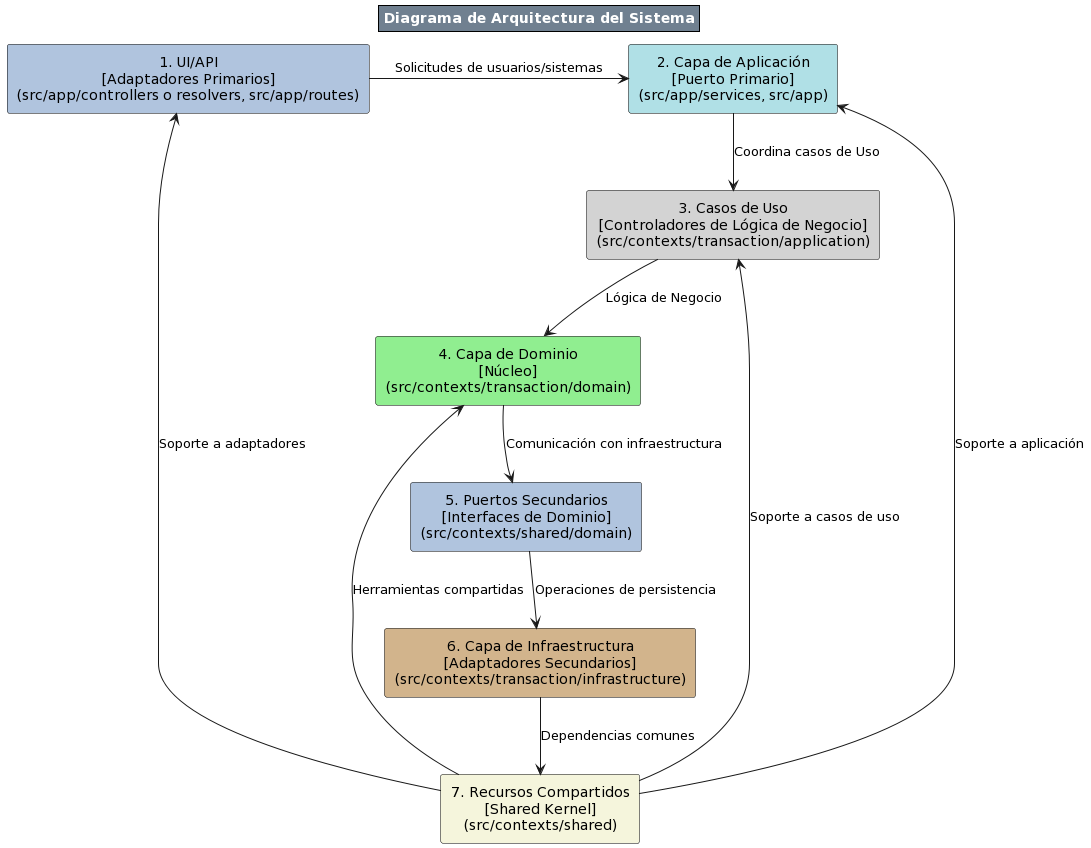
sistemas0011ff/servlees-swap keeps this PlantUML diagram as DiagramaDeArquitectura.png. Above is the earlier version.
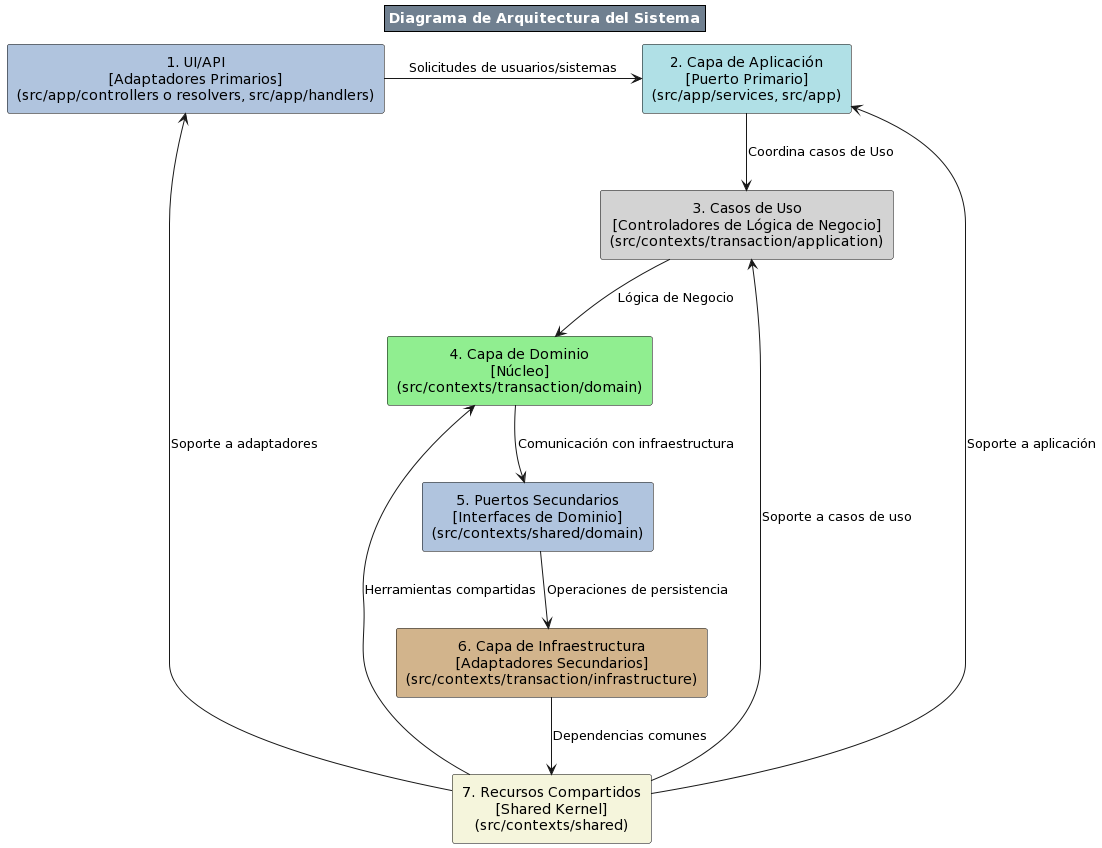
The same diagram one commit later.

The edit, as a diff of the source:
```diff
@@ -13,7 +13,7 @@
 
 title Diagrama de Arquitectura del Sistema
 
-rectangle "1. UI/API\n[Adaptadores Primarios]\n(src/app/controllers o resolvers, src/app/routes)" as AdaptersPrimary #LightSteelBlue
+rectangle "1. UI/API\n[Adaptadores Primarios]\n(src/app/controllers o resolvers, src/app/handlers)" as AdaptersPrimary #LightSteelBlue
 rectangle "2. Capa de Aplicación\n[Puerto Primario]\n(src/app/services, src/app)" as Application #PowderBlue
 rectangle "3. Casos de Uso\n[Controladores de Lógica de Negocio]\n(src/contexts/transaction/application)" as UseCases #LightGray
 rectangle "4. Capa de Dominio\n[Núcleo]\n(src/contexts/transaction/domain)" as Domain #LightGreen
```
